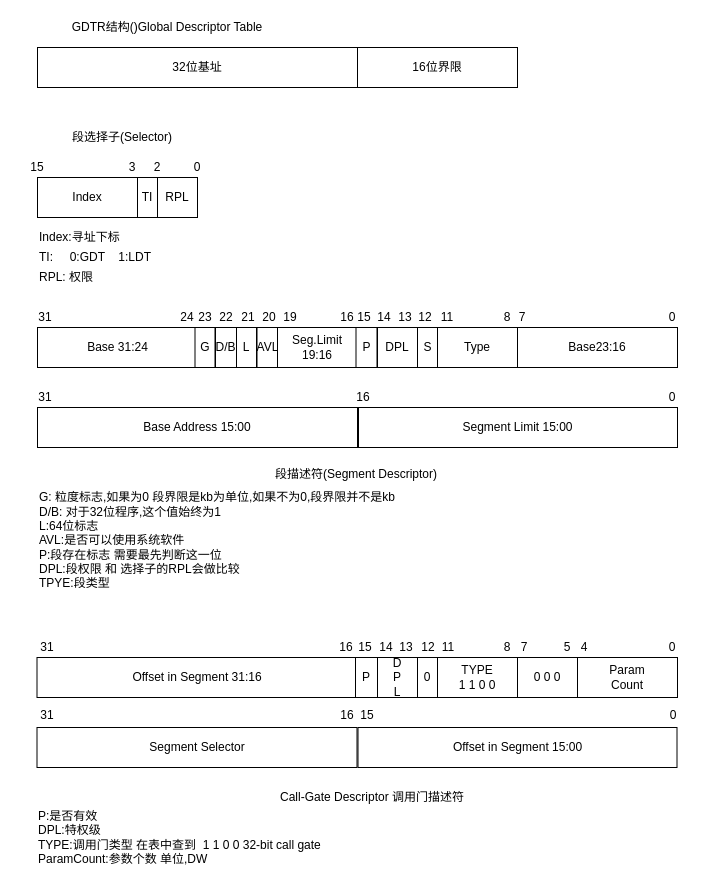
The draw.io diagram Untitled Diagram.drawio in NENCAO/cdn, before the edit. Source tidied: cells renumbered, new cells numbered last; positions are measured from the earlier drawing's top-left corner, leaving out a move shared by most shapes. Both pictures are drawn from the tidied source at 100%, with x=0, y=0 at pixel (17, 17).
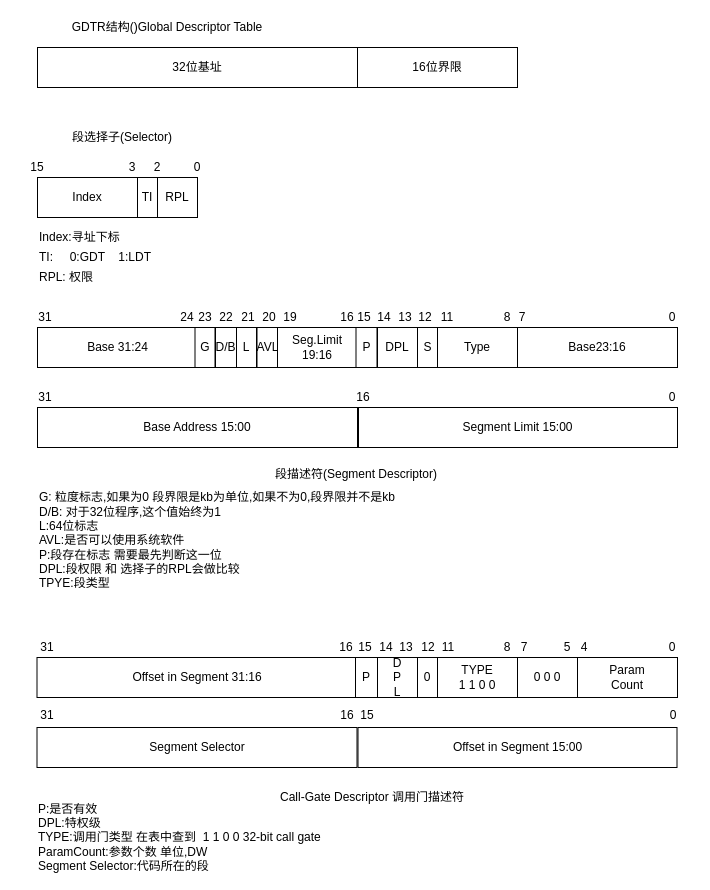
Above is the later version.

The edit, as a diff of the source:
```diff
@@
-    <mxCell id="76" value="P:是否有效&lt;br&gt;DPL:特权级&lt;br&gt;TYPE:调用门类型 在表中查到&amp;nbsp; 1 1 0 0 32-bit call gate&lt;br&gt;ParamCount:参数个数 单位,DW&lt;br&gt;" style="text;html=1;strokeColor=none;fillColor=none;align=left;verticalAlign=middle;whiteSpace=wrap;rounded=0;" parent="1" vertex="1">
+    <mxCell id="76" value="P:是否有效&lt;br&gt;DPL:特权级&lt;br&gt;TYPE:调用门类型 在表中查到&amp;nbsp; 1 1 0 0 32-bit call gate&lt;br&gt;ParamCount:参数个数 单位,DW&lt;br&gt;&lt;span style=&quot;text-align: center&quot;&gt;Segment Selector:代码所在的段&lt;/span&gt;" style="text;html=1;strokeColor=none;fillColor=none;align=left;verticalAlign=middle;whiteSpace=wrap;rounded=0;" parent="1" vertex="1">
       <mxGeometry x="19" y="810" width="521" height="20" as="geometry" />
     </mxCell>
```
